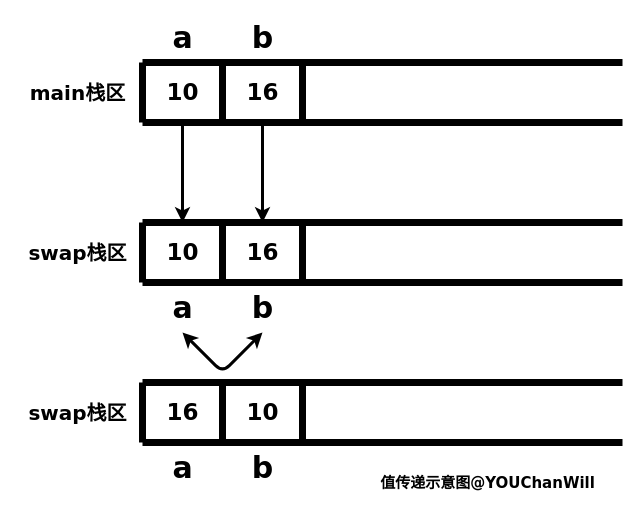
This is Untitled Diagram.drawio from YOU-1016/Python-2020-01, a draw.io file, before an edit. Source tidied: cells renumbered, new cells numbered last; positions are measured from the earlier drawing's top-left corner, leaving out a move shared by most shapes. Both pictures are drawn from the tidied source at 100%, with x=0, y=0 at pixel (22, 22).
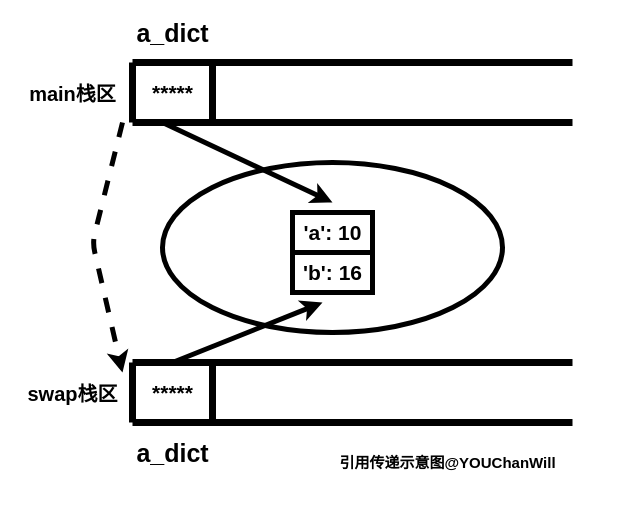
The same page after the edit.

What changed in the source:
```diff
@@
-    <mxCell id="2" style="endArrow=none;html=1;strokeWidth=7;" parent="1" edge="1">
-      <mxGeometry relative="1" as="geometry">
-        <mxPoint x="120" y="40" as="sourcePoint" />
-        <mxPoint x="600" y="40" as="targetPoint" />
-      </mxGeometry>
-    </mxCell>
-    <mxCell id="3" style="endArrow=none;html=1;strokeWidth=7;" parent="1" edge="1">
-      <mxGeometry relative="1" as="geometry">
-        <mxPoint x="120" y="100" as="sourcePoint" />
-        <mxPoint x="600" y="100" as="targetPoint" />
-      </mxGeometry>
-    </mxCell>
-    <mxCell id="4" style="endArrow=none;html=1;strokeWidth=7;" parent="1" edge="1">
-      <mxGeometry relative="1" as="geometry">
-        <mxPoint x="120" y="100" as="sourcePoint" />
-        <mxPoint x="120" y="40" as="targetPoint" />
-      </mxGeometry>
-    </mxCell>
-    <mxCell id="5" style="endArrow=none;html=1;strokeWidth=7;" parent="1" edge="1">
-      <mxGeometry relative="1" as="geometry">
-        <mxPoint x="200" y="100" as="sourcePoint" />
-        <mxPoint x="200" y="40" as="targetPoint" />
-      </mxGeometry>
-    </mxCell>
-    <mxCell id="6" style="endArrow=none;html=1;strokeWidth=7;" parent="1" edge="1">
-      <mxGeometry relative="1" as="geometry">
-        <mxPoint x="280" y="100" as="sourcePoint" />
-        <mxPoint x="280" y="40" as="targetPoint" />
-      </mxGeometry>
-    </mxCell>
-    <mxCell id="7" style="endArrow=none;html=1;strokeWidth=7;" parent="1" edge="1">
-      <mxGeometry relative="1" as="geometry">
-        <mxPoint x="120" y="200" as="sourcePoint" />
-        <mxPoint x="600" y="200" as="targetPoint" />
-      </mxGeometry>
-    </mxCell>
-    <mxCell id="8" style="endArrow=none;html=1;strokeWidth=7;" parent="1" edge="1">
-      <mxGeometry relative="1" as="geometry">
-        <mxPoint x="120" y="260" as="sourcePoint" />
-        <mxPoint x="600" y="260" as="targetPoint" />
-      </mxGeometry>
-    </mxCell>
-    <mxCell id="9" style="endArrow=none;html=1;strokeWidth=7;" parent="1" edge="1">
-      <mxGeometry relative="1" as="geometry">
-        <mxPoint x="120" y="260" as="sourcePoint" />
-        <mxPoint x="120" y="200" as="targetPoint" />
-      </mxGeometry>
-    </mxCell>
-    <mxCell id="10" style="endArrow=none;html=1;strokeWidth=7;" parent="1" edge="1">
-      <mxGeometry relative="1" as="geometry">
-        <mxPoint x="200" y="260" as="sourcePoint" />
-        <mxPoint x="200" y="200" as="targetPoint" />
-      </mxGeometry>
-    </mxCell>
-    <mxCell id="11" style="endArrow=none;html=1;strokeWidth=7;" parent="1" edge="1">
-      <mxGeometry relative="1" as="geometry">
-        <mxPoint x="280" y="260" as="sourcePoint" />
-        <mxPoint x="280" y="200" as="targetPoint" />
-      </mxGeometry>
-    </mxCell>
-    <mxCell id="12" style="endArrow=classic;html=1;strokeWidth=3;" parent="1" edge="1">
-      <mxGeometry relative="1" as="geometry">
-        <mxPoint x="160" y="100" as="sourcePoint" />
-        <mxPoint x="160" y="200" as="targetPoint" />
-      </mxGeometry>
-    </mxCell>
-    <mxCell id="13" style="endArrow=classic;html=1;strokeWidth=3;" parent="1" edge="1">
-      <mxGeometry relative="1" as="geometry">
-        <mxPoint x="240" y="100" as="sourcePoint" />
-        <mxPoint x="240" y="200" as="targetPoint" />
-      </mxGeometry>
-    </mxCell>
-    <mxCell id="14" style="endArrow=classic;startArrow=classic;html=1;strokeWidth=3;" parent="1" edge="1">
-      <mxGeometry relative="1" as="geometry">
-        <mxPoint x="160" y="310" as="sourcePoint" />
-        <mxPoint x="240" y="310" as="targetPoint" />
-        <Array as="points">
-          <mxPoint x="200" y="350" />
-        </Array>
-      </mxGeometry>
-    </mxCell>
-    <mxCell id="15" value="&lt;font style=&quot;font-size: 30px&quot; face=&quot;Verdana&quot;&gt;&lt;b&gt;a&lt;/b&gt;&lt;/font&gt;" style="text;html=1;align=center;verticalAlign=middle;fillColor=none;strokeColor=none;rounded=0;" parent="1" vertex="1">
-      <mxGeometry x="140" width="40" height="30" as="geometry" />
-    </mxCell>
-    <mxCell id="16" value="&lt;font style=&quot;font-size: 30px&quot; face=&quot;Verdana&quot;&gt;&lt;b&gt;b&lt;/b&gt;&lt;/font&gt;" style="text;html=1;align=center;verticalAlign=middle;fillColor=none;strokeColor=none;rounded=0;" parent="1" vertex="1">
-      <mxGeometry x="220" width="40" height="30" as="geometry" />
-    </mxCell>
-    <mxCell id="17" value="&lt;font style=&quot;font-size: 30px&quot; face=&quot;Verdana&quot;&gt;&lt;b&gt;a&lt;/b&gt;&lt;/font&gt;" style="text;html=1;align=center;verticalAlign=middle;fillColor=none;strokeColor=none;rounded=0;" parent="1" vertex="1">
-      <mxGeometry x="140" y="270" width="40" height="30" as="geometry" />
-    </mxCell>
-    <mxCell id="18" value="&lt;font style=&quot;font-size: 30px&quot; face=&quot;Verdana&quot;&gt;&lt;b&gt;b&lt;/b&gt;&lt;/font&gt;" style="text;html=1;align=center;verticalAlign=middle;fillColor=none;strokeColor=none;rounded=0;" parent="1" vertex="1">
-      <mxGeometry x="220" y="270" width="40" height="30" as="geometry" />
-    </mxCell>
-    <mxCell id="19" value="&lt;font face=&quot;Verdana&quot; size=&quot;1&quot;&gt;&lt;b style=&quot;font-size: 23px&quot;&gt;10&lt;/b&gt;&lt;/font&gt;" style="text;html=1;align=center;verticalAlign=middle;fillColor=none;strokeColor=none;rounded=0;" parent="1" vertex="1">
-      <mxGeometry x="135" y="60" width="50" height="20" as="geometry" />
-    </mxCell>
-    <mxCell id="20" value="&lt;font face=&quot;Verdana&quot; size=&quot;1&quot;&gt;&lt;b style=&quot;font-size: 23px&quot;&gt;10&lt;/b&gt;&lt;/font&gt;" style="text;html=1;align=center;verticalAlign=middle;fillColor=none;strokeColor=none;rounded=0;" parent="1" vertex="1">
-      <mxGeometry x="135" y="220" width="50" height="20" as="geometry" />
-    </mxCell>
-    <mxCell id="21" value="&lt;font face=&quot;Verdana&quot; size=&quot;1&quot;&gt;&lt;b style=&quot;font-size: 23px&quot;&gt;16&lt;/b&gt;&lt;/font&gt;" style="text;html=1;align=center;verticalAlign=middle;fillColor=none;strokeColor=none;rounded=0;" parent="1" vertex="1">
-      <mxGeometry x="215" y="60" width="50" height="20" as="geometry" />
-    </mxCell>
-    <mxCell id="22" value="&lt;font face=&quot;Verdana&quot; size=&quot;1&quot;&gt;&lt;b style=&quot;font-size: 23px&quot;&gt;16&lt;/b&gt;&lt;/font&gt;" style="text;html=1;align=center;verticalAlign=middle;fillColor=none;strokeColor=none;rounded=0;" parent="1" vertex="1">
-      <mxGeometry x="215" y="220" width="50" height="20" as="geometry" />
-    </mxCell>
-    <mxCell id="23" style="endArrow=none;html=1;strokeWidth=7;" parent="1" edge="1">
-      <mxGeometry relative="1" as="geometry">
-        <mxPoint x="120" y="360" as="sourcePoint" />
-        <mxPoint x="600" y="360" as="targetPoint" />
-      </mxGeometry>
-    </mxCell>
-    <mxCell id="24" style="endArrow=none;html=1;strokeWidth=7;" parent="1" edge="1">
-      <mxGeometry relative="1" as="geometry">
-        <mxPoint x="120" y="420" as="sourcePoint" />
-        <mxPoint x="600" y="420" as="targetPoint" />
-      </mxGeometry>
-    </mxCell>
-    <mxCell id="25" style="endArrow=none;html=1;strokeWidth=7;" parent="1" edge="1">
-      <mxGeometry relative="1" as="geometry">
-        <mxPoint x="120" y="420" as="sourcePoint" />
-        <mxPoint x="120" y="360" as="targetPoint" />
-      </mxGeometry>
-    </mxCell>
-    <mxCell id="26" style="endArrow=none;html=1;strokeWidth=7;" parent="1" edge="1">
-      <mxGeometry relative="1" as="geometry">
-        <mxPoint x="200" y="420" as="sourcePoint" />
-        <mxPoint x="200" y="360" as="targetPoint" />
-      </mxGeometry>
-    </mxCell>
-    <mxCell id="27" style="endArrow=none;html=1;strokeWidth=7;" parent="1" edge="1">
-      <mxGeometry relative="1" as="geometry">
-        <mxPoint x="280" y="420" as="sourcePoint" />
-        <mxPoint x="280" y="360" as="targetPoint" />
-      </mxGeometry>
-    </mxCell>
-    <mxCell id="28" value="&lt;font style=&quot;font-size: 30px&quot; face=&quot;Verdana&quot;&gt;&lt;b&gt;a&lt;/b&gt;&lt;/font&gt;" style="text;html=1;align=center;verticalAlign=middle;fillColor=none;strokeColor=none;rounded=0;" parent="1" vertex="1">
-      <mxGeometry x="140" y="430" width="40" height="30" as="geometry" />
-    </mxCell>
-    <mxCell id="29" value="&lt;font style=&quot;font-size: 30px&quot; face=&quot;Verdana&quot;&gt;&lt;b&gt;b&lt;/b&gt;&lt;/font&gt;" style="text;html=1;align=center;verticalAlign=middle;fillColor=none;strokeColor=none;rounded=0;" parent="1" vertex="1">
-      <mxGeometry x="220" y="430" width="40" height="30" as="geometry" />
-    </mxCell>
-    <mxCell id="30" value="&lt;font face=&quot;Verdana&quot; size=&quot;1&quot;&gt;&lt;b style=&quot;font-size: 23px&quot;&gt;10&lt;/b&gt;&lt;/font&gt;" style="text;html=1;align=center;verticalAlign=middle;fillColor=none;strokeColor=none;rounded=0;" parent="1" vertex="1">
-      <mxGeometry x="215" y="380" width="50" height="20" as="geometry" />
-    </mxCell>
-    <mxCell id="31" value="&lt;font face=&quot;Verdana&quot; size=&quot;1&quot;&gt;&lt;b style=&quot;font-size: 23px&quot;&gt;16&lt;/b&gt;&lt;/font&gt;" style="text;html=1;align=center;verticalAlign=middle;fillColor=none;strokeColor=none;rounded=0;" parent="1" vertex="1">
-      <mxGeometry x="135" y="380" width="50" height="20" as="geometry" />
-    </mxCell>
+    <mxCell id="36" style="endArrow=none;html=1;strokeWidth=7;" parent="1" edge="1">
+      <mxGeometry relative="1" as="geometry">
+        <mxPoint x="110" y="40" as="sourcePoint" />
+        <mxPoint x="550" y="40" as="targetPoint" />
+      </mxGeometry>
+    </mxCell>
+    <mxCell id="37" style="endArrow=none;html=1;strokeWidth=7;" parent="1" edge="1">
+      <mxGeometry relative="1" as="geometry">
+        <mxPoint x="110" y="100" as="sourcePoint" />
+        <mxPoint x="550" y="100" as="targetPoint" />
+      </mxGeometry>
+    </mxCell>
+    <mxCell id="38" style="endArrow=none;html=1;strokeWidth=7;" parent="1" edge="1">
+      <mxGeometry relative="1" as="geometry">
+        <mxPoint x="110" y="40" as="sourcePoint" />
+        <mxPoint x="110" y="100" as="targetPoint" />
+      </mxGeometry>
+    </mxCell>
+    <mxCell id="39" style="endArrow=none;html=1;strokeWidth=7;" parent="1" edge="1">
+      <mxGeometry relative="1" as="geometry">
+        <mxPoint x="190" y="40" as="sourcePoint" />
+        <mxPoint x="190" y="100" as="targetPoint" />
+      </mxGeometry>
+    </mxCell>
+    <mxCell id="40" style="endArrow=none;html=1;strokeWidth=7;" parent="1" edge="1">
+      <mxGeometry relative="1" as="geometry">
+        <mxPoint x="110" y="340" as="sourcePoint" />
+        <mxPoint x="550" y="340" as="targetPoint" />
+      </mxGeometry>
+    </mxCell>
+    <mxCell id="41" style="endArrow=none;html=1;strokeWidth=7;" parent="1" edge="1">
+      <mxGeometry relative="1" as="geometry">
+        <mxPoint x="110" y="400" as="sourcePoint" />
+        <mxPoint x="550" y="400" as="targetPoint" />
+      </mxGeometry>
+    </mxCell>
+    <mxCell id="42" style="endArrow=none;html=1;strokeWidth=7;" parent="1" edge="1">
+      <mxGeometry relative="1" as="geometry">
+        <mxPoint x="110" y="340" as="sourcePoint" />
+        <mxPoint x="110" y="400" as="targetPoint" />
+      </mxGeometry>
+    </mxCell>
+    <mxCell id="43" style="endArrow=none;html=1;strokeWidth=7;" parent="1" edge="1">
+      <mxGeometry relative="1" as="geometry">
+        <mxPoint x="190" y="340" as="sourcePoint" />
+        <mxPoint x="190" y="400" as="targetPoint" />
+        <Array as="points">
+          <mxPoint x="190" y="370" />
+        </Array>
+      </mxGeometry>
+    </mxCell>
+    <mxCell id="44" style="ellipse;whiteSpace=wrap;html=1;strokeWidth=5;" parent="1" vertex="1">
+      <mxGeometry x="140" y="140" width="340" height="170" as="geometry" />
+    </mxCell>
+    <mxCell id="45" style="rounded=0;whiteSpace=wrap;html=1;strokeWidth=5;" parent="1" vertex="1">
+      <mxGeometry x="270" y="230" width="80" height="40" as="geometry" />
+    </mxCell>
+    <mxCell id="46" style="rounded=0;whiteSpace=wrap;html=1;strokeWidth=5;" parent="1" vertex="1">
+      <mxGeometry x="270" y="190" width="80" height="40" as="geometry" />
+    </mxCell>
+    <mxCell id="47" style="endArrow=classic;html=1;strokeWidth=5;" parent="1" edge="1">
+      <mxGeometry relative="1" as="geometry">
+        <mxPoint x="150" y="340" as="sourcePoint" />
+        <mxPoint x="300" y="280" as="targetPoint" />
+      </mxGeometry>
+    </mxCell>
+    <mxCell id="48" style="endArrow=classic;html=1;strokeWidth=5;" parent="1" edge="1">
+      <mxGeometry relative="1" as="geometry">
+        <mxPoint x="140" y="100" as="sourcePoint" />
+        <mxPoint x="310" y="180" as="targetPoint" />
+      </mxGeometry>
+    </mxCell>
+    <mxCell id="49" style="endArrow=classic;html=1;strokeWidth=5;dashed=1;" parent="1" edge="1">
+      <mxGeometry relative="1" as="geometry">
+        <mxPoint x="100" y="100" as="sourcePoint" />
+        <mxPoint x="100" y="350" as="targetPoint" />
+        <Array as="points">
+          <mxPoint x="70" y="220" />
+        </Array>
+      </mxGeometry>
+    </mxCell>
-    <mxCell id="32" value="&lt;font face=&quot;Verdana&quot; size=&quot;1&quot;&gt;&lt;b style=&quot;font-size: 20px&quot;&gt;main栈区&lt;/b&gt;&lt;/font&gt;" style="text;html=1;align=center;verticalAlign=middle;fillColor=none;strokeColor=none;rounded=0;" parent="1" vertex="1">
-      <mxGeometry y="60" width="110" height="20" as="geometry" />
+    <mxCell id="32" value="&lt;font style=&quot;font-size: 27px&quot;&gt;&lt;b style=&quot;font-size: 20px&quot;&gt;main栈区&lt;/b&gt;&lt;/font&gt;" style="text;html=1;align=center;verticalAlign=middle;fillColor=none;strokeColor=none;rounded=0;" parent="1" vertex="1">
+      <mxGeometry y="60" width="100" height="20" as="geometry" />
     </mxCell>
-    <mxCell id="33" value="&lt;font face=&quot;Verdana&quot; size=&quot;1&quot;&gt;&lt;b style=&quot;font-size: 20px&quot;&gt;swap栈区&lt;/b&gt;&lt;/font&gt;" style="text;html=1;align=center;verticalAlign=middle;fillColor=none;strokeColor=none;rounded=0;" parent="1" vertex="1">
-      <mxGeometry y="220" width="110" height="20" as="geometry" />
-    </mxCell>
-    <mxCell id="34" value="&lt;font face=&quot;Verdana&quot; size=&quot;1&quot;&gt;&lt;b style=&quot;font-size: 20px&quot;&gt;swap栈区&lt;/b&gt;&lt;/font&gt;" style="text;html=1;align=center;verticalAlign=middle;fillColor=none;strokeColor=none;rounded=0;" parent="1" vertex="1">
-      <mxGeometry y="380" width="110" height="20" as="geometry" />
-    </mxCell>
-    <mxCell id="35" value="&lt;font face=&quot;Verdana&quot; size=&quot;1&quot;&gt;&lt;b style=&quot;font-size: 15px&quot;&gt;值传递示意图@YOUChanWill&lt;/b&gt;&lt;/font&gt;" style="text;html=1;align=center;verticalAlign=middle;fillColor=none;strokeColor=none;rounded=0;" parent="1" vertex="1">
-      <mxGeometry x="350" y="450" width="230" height="20" as="geometry" />
-    </mxCell>
+    <mxCell id="50" value="&lt;font style=&quot;font-size: 27px&quot;&gt;&lt;b style=&quot;font-size: 20px&quot;&gt;swap栈区&lt;/b&gt;&lt;/font&gt;" style="text;html=1;align=center;verticalAlign=middle;fillColor=none;strokeColor=none;rounded=0;" parent="1" vertex="1">
+      <mxGeometry x="-5" y="360" width="110" height="20" as="geometry" />
+    </mxCell>
+    <mxCell id="51" value="&lt;font size=&quot;1&quot;&gt;&lt;b style=&quot;font-size: 25px&quot;&gt;a_dict&lt;/b&gt;&lt;/font&gt;" style="text;html=1;align=center;verticalAlign=middle;fillColor=none;strokeColor=none;rounded=0;" parent="1" vertex="1">
+      <mxGeometry x="105" width="90" height="20" as="geometry" />
+    </mxCell>
+    <mxCell id="52" value="&lt;font size=&quot;1&quot;&gt;&lt;b style=&quot;font-size: 25px&quot;&gt;a_dict&lt;/b&gt;&lt;/font&gt;" style="text;html=1;align=center;verticalAlign=middle;fillColor=none;strokeColor=none;rounded=0;" parent="1" vertex="1">
+      <mxGeometry x="105" y="420" width="90" height="20" as="geometry" />
+    </mxCell>
+    <mxCell id="53" value="&lt;font size=&quot;1&quot;&gt;&lt;b style=&quot;font-size: 21px&quot;&gt;*****&lt;/b&gt;&lt;/font&gt;" style="text;html=1;align=center;verticalAlign=middle;fillColor=none;strokeColor=none;rounded=0;" parent="1" vertex="1">
+      <mxGeometry x="120" y="60" width="60" height="20" as="geometry" />
+    </mxCell>
+    <mxCell id="54" value="&lt;font size=&quot;1&quot;&gt;&lt;b style=&quot;font-size: 21px&quot;&gt;*****&lt;/b&gt;&lt;/font&gt;" style="text;html=1;align=center;verticalAlign=middle;fillColor=none;strokeColor=none;rounded=0;" parent="1" vertex="1">
+      <mxGeometry x="120" y="360" width="60" height="20" as="geometry" />
+    </mxCell>
+    <mxCell id="55" value="&lt;span style=&quot;font-size: 21px&quot;&gt;&lt;b&gt;'a': 10&lt;/b&gt;&lt;/span&gt;" style="text;html=1;align=center;verticalAlign=middle;fillColor=none;strokeColor=none;rounded=0;" parent="1" vertex="1">
+      <mxGeometry x="275" y="200" width="70" height="20" as="geometry" />
+    </mxCell>
+    <mxCell id="56" value="&lt;span style=&quot;font-size: 21px&quot;&gt;&lt;b&gt;'b': 16&lt;/b&gt;&lt;/span&gt;" style="text;html=1;align=center;verticalAlign=middle;fillColor=none;strokeColor=none;rounded=0;" parent="1" vertex="1">
+      <mxGeometry x="275" y="240" width="70" height="20" as="geometry" />
+    </mxCell>
+    <mxCell id="57" value="&lt;font size=&quot;1&quot;&gt;&lt;b style=&quot;font-size: 15px&quot;&gt;引用传递示意图@YOUChanWill&lt;/b&gt;&lt;/font&gt;" style="text;html=1;align=center;verticalAlign=middle;fillColor=none;strokeColor=none;rounded=0;" parent="1" vertex="1">
+      <mxGeometry x="310" y="430" width="230" height="20" as="geometry" />
+    </mxCell>
```
